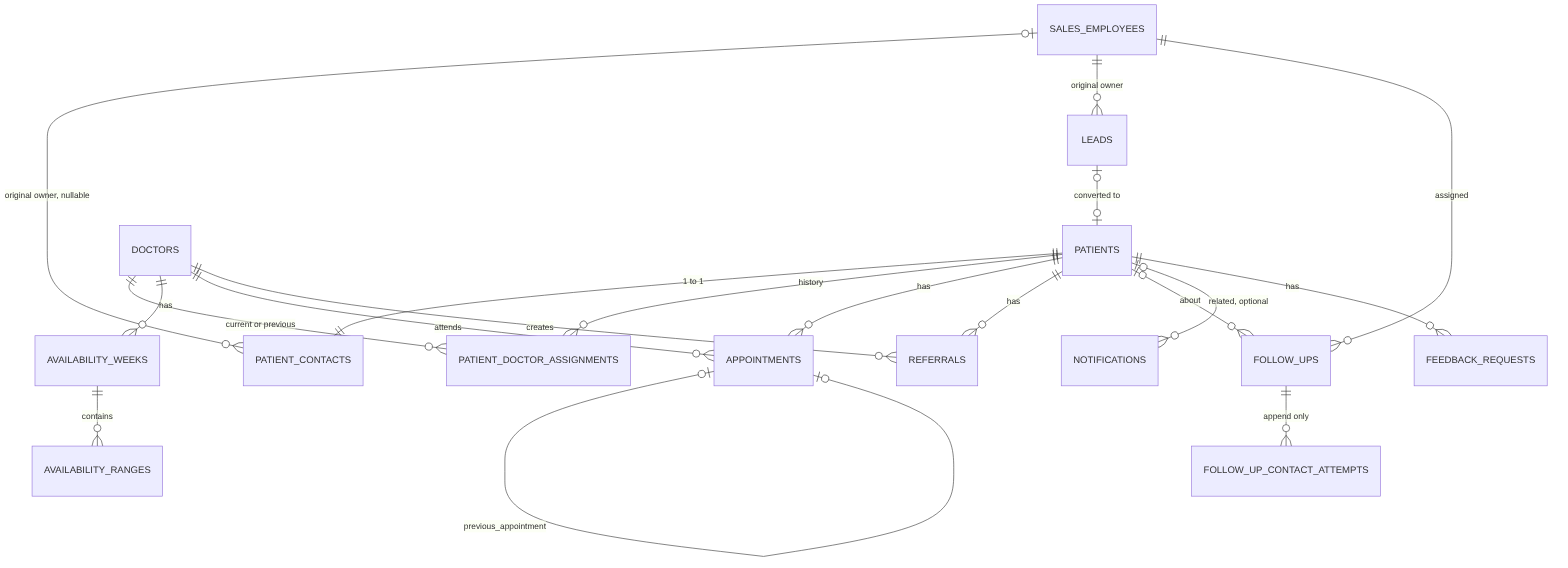
Above: docs/rendered-diagrams/erd-22b-scheduling-crm.png in mostafaabdullah11/Dental-clinical-system (Mermaid), before the change. Its source is kept beside it as docs/diagrams/erd-22b-scheduling-crm.mmd. The source it was exported from:
```mermaid
erDiagram
    PATIENTS ||--|| PATIENT_CONTACTS : "1 to 1"
    SALES_EMPLOYEES |o--o{ PATIENT_CONTACTS : "original owner, nullable"
    PATIENTS ||--o{ PATIENT_DOCTOR_ASSIGNMENTS : history
    DOCTORS ||--o{ PATIENT_DOCTOR_ASSIGNMENTS : "current or previous"
    DOCTORS ||--o{ AVAILABILITY_WEEKS : has
    AVAILABILITY_WEEKS ||--o{ AVAILABILITY_RANGES : contains
    PATIENTS ||--o{ APPOINTMENTS : has
    DOCTORS ||--o{ APPOINTMENTS : attends
    APPOINTMENTS |o--o| APPOINTMENTS : "previous_appointment"
    SALES_EMPLOYEES ||--o{ LEADS : "original owner"
    LEADS |o--o| PATIENTS : "converted to"
    PATIENTS ||--o{ REFERRALS : has
    DOCTORS ||--o{ REFERRALS : creates
    PATIENTS |o--o{ FOLLOW_UPS : about
    SALES_EMPLOYEES ||--o{ FOLLOW_UPS : assigned
    FOLLOW_UPS ||--o{ FOLLOW_UP_CONTACT_ATTEMPTS : "append only"
    PATIENTS |o--o{ NOTIFICATIONS : "related, optional"
    PATIENTS ||--o{ FEEDBACK_REQUESTS : has
```
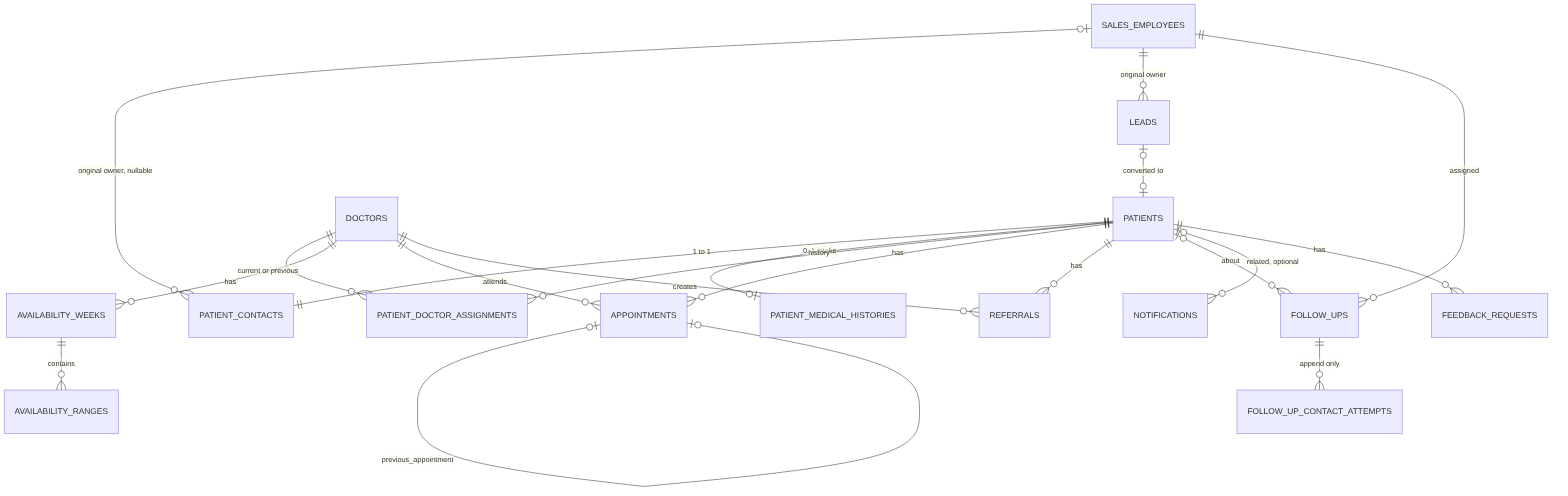
The same diagram one commit later.

Change to the diagram source:
```diff
@@ -1,6 +1,7 @@
 erDiagram
     PATIENTS ||--|| PATIENT_CONTACTS : "1 to 1"
-    SALES_EMPLOYEES |o--o{ PATIENT_CONTACTS : "original owner, nullable"
+    PATIENTS ||--o| PATIENT_MEDICAL_HISTORIES : "0..1 intake"
+    SALES_EMPLOYEES |o--o{ PATIENT_CONTACTS : "original sales employee, only when patient_source is Lead (WalkIn / Direct has none)"
     PATIENTS ||--o{ PATIENT_DOCTOR_ASSIGNMENTS : history
     DOCTORS ||--o{ PATIENT_DOCTOR_ASSIGNMENTS : "current or previous"
     DOCTORS ||--o{ AVAILABILITY_WEEKS : has
@@ -8,12 +9,52 @@
     PATIENTS ||--o{ APPOINTMENTS : has
     DOCTORS ||--o{ APPOINTMENTS : attends
     APPOINTMENTS |o--o| APPOINTMENTS : "previous_appointment"
+    APPOINTMENTS ||--o{ APPOINTMENT_ARRIVALS : "arrival events, Sales only"
     SALES_EMPLOYEES ||--o{ LEADS : "original owner"
+    SALES_EMPLOYEES |o--o{ LEADS : "responsible owner (NULL = unassigned)"
+    LEADS ||--o{ RESPONSIBILITY_HISTORY : "reassignment history"
     LEADS |o--o| PATIENTS : "converted to"
     PATIENTS ||--o{ REFERRALS : has
     DOCTORS ||--o{ REFERRALS : creates
     PATIENTS |o--o{ FOLLOW_UPS : about
-    SALES_EMPLOYEES ||--o{ FOLLOW_UPS : assigned
+    SALES_EMPLOYEES |o--o{ FOLLOW_UPS : "assigned (NULL = unassigned)"
     FOLLOW_UPS ||--o{ FOLLOW_UP_CONTACT_ATTEMPTS : "append only"
     PATIENTS |o--o{ NOTIFICATIONS : "related, optional"
     PATIENTS ||--o{ FEEDBACK_REQUESTS : has
+    VISITS ||--o| FEEDBACK_REQUESTS : "created in the finalize transaction"
+    FEEDBACK_REQUESTS |o--o| FEEDBACK_ENTRIES : "at most one result per request, either source; Sales-entered Visit feedback links the request"
+    PATIENTS ||--o{ FEEDBACK_ENTRIES : "about a Doctor"
+    DOCTORS ||--o{ FEEDBACK_ENTRIES : receives
+    REFERRALS {
+        uuid id PK
+        text reason "visible to Sales"
+        text notes "Doctor and Manager only"
+    }
+    FEEDBACK_REQUESTS {
+        uuid id PK
+        uuid visit_id "unique"
+        timestamptz link_sent_at "state derived: Pending, Sent, Submitted"
+    }
+    FEEDBACK_ENTRIES {
+        uuid id PK
+        text source "PatientWeb or SalesEntered"
+        uuid visit_id "NULL = general feedback"
+        uuid feedback_request_id "NULL = general feedback; unique"
+        smallint rating
+        uuid recorded_by_user_id "SalesEntered only"
+    }
+    APPOINTMENTS {
+        uuid id PK
+        timestamptz start_at
+        int duration_minutes
+        text status
+        timestamptz visit_ended_at
+    }
+    FOLLOW_UPS {
+        uuid id PK
+        text status "New, Contacted, NoResponse, FollowedUp"
+    }
+    PATIENT_CONTACTS {
+        uuid patient_id PK
+        text patient_source "WalkIn (includes Direct) or Lead"
+    }
```
